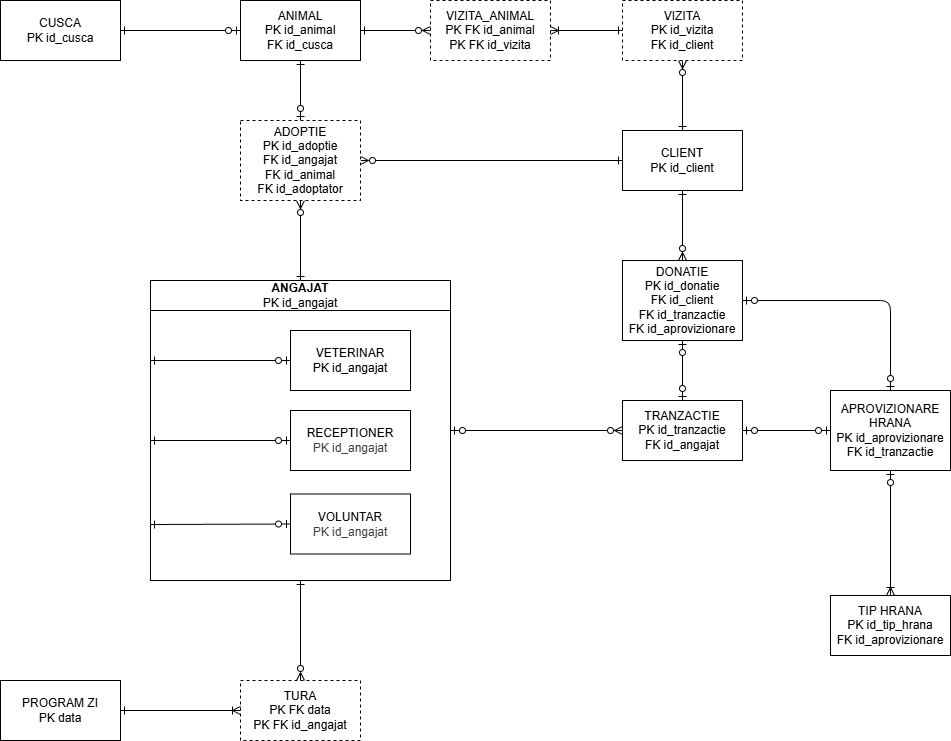
Vlad576/Proiect-platforma-adoptii keeps this draw.io diagram as resurse/img/schema-conceptuala-platforma-adoptii.png. Above is the earlier version. Source tidied: cells renumbered, new cells last; positions are measured from the earlier drawing's top-left corner, leaving out a move shared by most shapes.
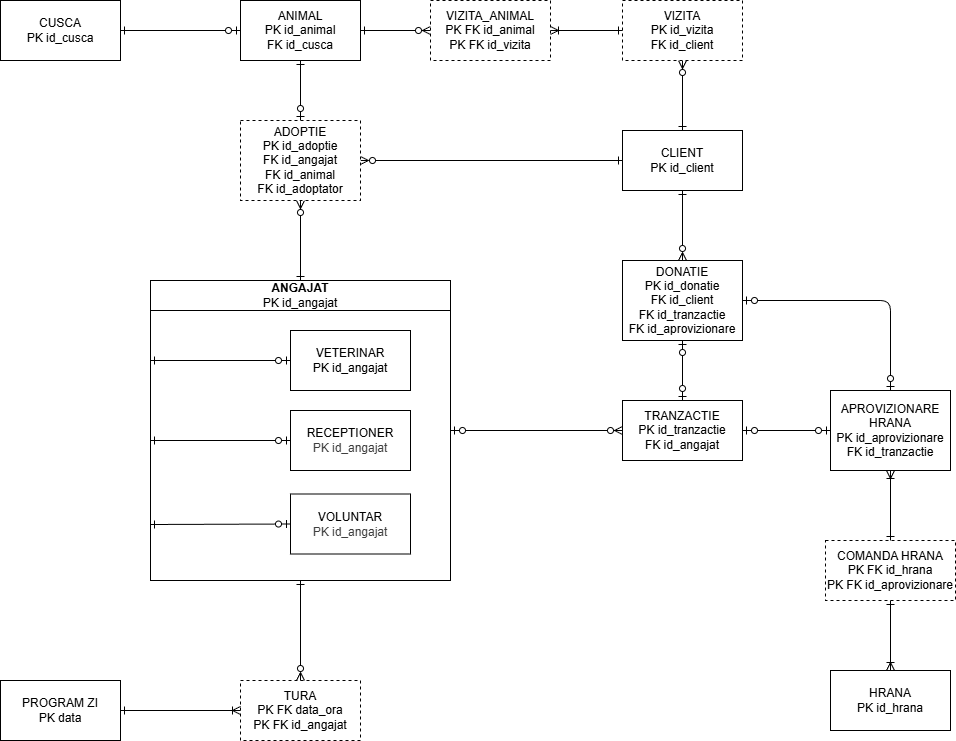
Later version of the same file.

What changed in the source:
```diff
@@ -41,7 +41,7 @@
         <mxPoint y="160" as="sourcePoint" />
       </mxGeometry>
     </mxCell>
-    <mxCell id="12" value="TURA&lt;div&gt;PK FK data&lt;/div&gt;&lt;div&gt;PK FK id_angajat&lt;/div&gt;" style="rounded=0;whiteSpace=wrap;html=1;dashed=1;" parent="1" vertex="1">
+    <mxCell id="12" value="TURA&lt;div&gt;PK FK data_ora&lt;/div&gt;&lt;div&gt;PK FK id_angajat&lt;/div&gt;" style="rounded=0;whiteSpace=wrap;html=1;dashed=1;" parent="1" vertex="1">
       <mxGeometry x="240" y="680" width="120" height="60" as="geometry" />
     </mxCell>
     <mxCell id="13" value="CUSCA&lt;div&gt;PK id_cusca&lt;/div&gt;" style="rounded=0;whiteSpace=wrap;html=1;" parent="1" vertex="1">
@@ -98,8 +98,8 @@
     <mxCell id="30" value="APROVIZIONARE&lt;div&gt;HRANA&lt;/div&gt;&lt;div&gt;PK id_aprovizionare&lt;/div&gt;&lt;div&gt;FK id_tranzactie&lt;/div&gt;" style="rounded=0;whiteSpace=wrap;html=1;" parent="1" vertex="1">
       <mxGeometry x="830" y="390" width="120" height="80" as="geometry" />
     </mxCell>
-    <mxCell id="31" value="TIP HRANA&lt;div&gt;PK id_tip_hrana&lt;/div&gt;&lt;div&gt;FK id_aprovizionare&lt;/div&gt;" style="rounded=0;whiteSpace=wrap;html=1;" parent="1" vertex="1">
-      <mxGeometry x="830" y="595" width="120" height="60" as="geometry" />
+    <mxCell id="31" value="COMANDA HRANA&lt;div&gt;PK FK id_hrana&lt;/div&gt;&lt;div&gt;PK FK id_aprovizionare&lt;/div&gt;" style="rounded=0;whiteSpace=wrap;html=1;dashed=1;" parent="1" vertex="1">
+      <mxGeometry x="825" y="540" width="130" height="60" as="geometry" />
     </mxCell>
     <mxCell id="32" style="endArrow=ERzeroToOne;html=1;exitX=0.5;exitY=1;exitDx=0;exitDy=0;endFill=0;startArrow=ERzeroToOne;startFill=0;entryX=0.5;entryY=0;entryDx=0;entryDy=0;" parent="1" edge="1" source="29" target="27">
       <mxGeometry relative="1" as="geometry" />
@@ -107,7 +107,7 @@
     <mxCell id="33" style="endArrow=ERzeroToOne;html=1;exitX=1;exitY=0.5;exitDx=0;exitDy=0;entryX=0;entryY=0.5;entryDx=0;entryDy=0;endFill=0;startArrow=ERzeroToOne;startFill=0;" parent="1" edge="1" source="27" target="30">
       <mxGeometry relative="1" as="geometry" />
     </mxCell>
-    <mxCell id="34" style="endArrow=ERoneToMany;html=1;entryX=0.5;entryY=0;entryDx=0;entryDy=0;endFill=0;exitX=0.5;exitY=1;exitDx=0;exitDy=0;startArrow=ERzeroToOne;startFill=0;" parent="1" edge="1" source="30" target="31">
+    <mxCell id="34" style="endArrow=ERone;html=1;entryX=0.5;entryY=0;entryDx=0;entryDy=0;endFill=0;exitX=0.5;exitY=1;exitDx=0;exitDy=0;startArrow=ERoneToMany;startFill=0;" parent="1" edge="1" source="30" target="31">
       <mxGeometry relative="1" as="geometry" />
     </mxCell>
     <mxCell id="35" style="endArrow=ERzeroToOne;html=1;exitX=1;exitY=0.5;exitDx=0;exitDy=0;entryX=0.5;entryY=0;entryDx=0;entryDy=0;endFill=0;startArrow=ERzeroToOne;startFill=0;" parent="1" edge="1" source="29" target="30">
@@ -120,5 +120,11 @@
     <mxCell id="36" style="endArrow=ERzeroToMany;html=1;entryX=0.5;entryY=0;entryDx=0;entryDy=0;endFill=0;exitX=0.5;exitY=1;exitDx=0;exitDy=0;startArrow=ERone;startFill=0;" parent="1" edge="1" source="3" target="29">
       <mxGeometry relative="1" as="geometry" />
     </mxCell>
+    <mxCell id="37" value="HRANA&lt;div&gt;PK id_hrana&lt;/div&gt;" style="rounded=0;whiteSpace=wrap;html=1;" parent="1" vertex="1">
+      <mxGeometry x="830" y="670" width="120" height="60" as="geometry" />
+    </mxCell>
+    <mxCell id="38" style="endArrow=ERoneToMany;html=1;entryX=0.5;entryY=0;entryDx=0;entryDy=0;endFill=0;exitX=0.5;exitY=1;exitDx=0;exitDy=0;startArrow=ERone;startFill=0;" parent="1" edge="1" source="31" target="37">
+      <mxGeometry relative="1" as="geometry" />
+    </mxCell>
   </root>
 </mxGraphModel>
```
